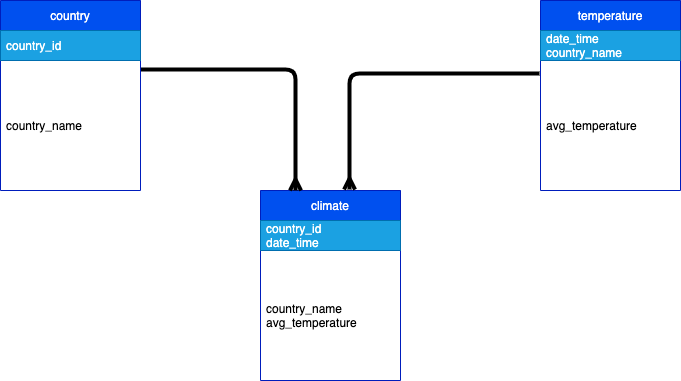
This is docs/images/er.drawio.png from fabioba/data-climate-pipeline, a draw.io export, as it was before one commit. Source tidied: cells renumbered, new cells last; positions are measured from the earlier drawing's top-left corner, leaving out a move shared by most shapes.
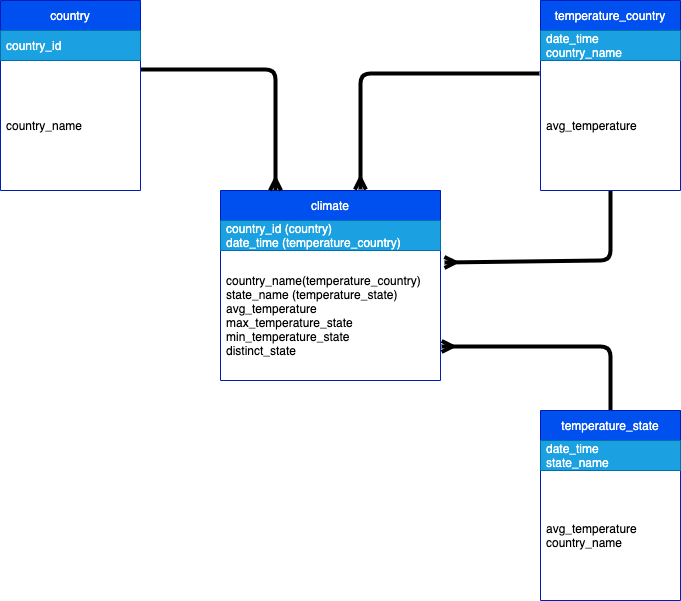
Later version of the same file.

Diff of the diagram source:
```diff
@@ -3,18 +3,18 @@
     <mxCell id="0" />
     <mxCell id="1" parent="0" />
     <mxCell id="2" value="climate" style="swimlane;fontStyle=0;horizontal=1;startSize=30;fillColor=#0050ef;fontColor=#ffffff;strokeColor=#001DBC;" parent="1" vertex="1">
-      <mxGeometry x="260" y="190" width="140" height="190" as="geometry" />
+      <mxGeometry x="220" y="190" width="220" height="190" as="geometry" />
     </mxCell>
-    <mxCell id="3" value="country_id&#10;date_time" style="text;strokeColor=#006EAF;fillColor=#1ba1e2;align=left;verticalAlign=middle;spacingLeft=4;spacingRight=4;overflow=hidden;fontColor=#ffffff;" parent="2" vertex="1">
-      <mxGeometry y="30" width="140" height="30" as="geometry" />
+    <mxCell id="3" value="country_id (country)&#10;date_time (temperature_country)" style="text;strokeColor=#006EAF;fillColor=#1ba1e2;align=left;verticalAlign=middle;spacingLeft=4;spacingRight=4;overflow=hidden;fontColor=#ffffff;" parent="2" vertex="1">
+      <mxGeometry y="30" width="220" height="30" as="geometry" />
     </mxCell>
-    <mxCell id="4" value="country_name&#10;avg_temperature" style="text;strokeColor=none;fillColor=none;align=left;verticalAlign=middle;spacingLeft=4;spacingRight=4;overflow=hidden;points=[[0,0.5],[1,0.5]];portConstraint=eastwest;" parent="2" vertex="1">
-      <mxGeometry y="60" width="140" height="130" as="geometry" />
+    <mxCell id="4" value="country_name(temperature_country)&#10;state_name (temperature_state)&#10;avg_temperature&#10;max_temperature_state&#10;min_temperature_state&#10;distinct_state" style="text;strokeColor=none;fillColor=none;align=left;verticalAlign=middle;spacingLeft=4;spacingRight=4;overflow=hidden;points=[[0,0.5],[1,0.5]];portConstraint=eastwest;" parent="2" vertex="1">
+      <mxGeometry y="60" width="220" height="130" as="geometry" />
     </mxCell>
     <mxCell id="5" style="edgeStyle=none;html=1;endArrow=ERmany;endFill=0;exitX=1;exitY=0.069;exitDx=0;exitDy=0;exitPerimeter=0;entryX=0.25;entryY=0;entryDx=0;entryDy=0;strokeWidth=4;strokeColor=#000000;" parent="1" edge="1" source="8" target="2">
       <mxGeometry relative="1" as="geometry">
         <Array as="points">
-          <mxPoint x="295" y="69" />
+          <mxPoint x="275" y="69" />
         </Array>
       </mxGeometry>
     </mxCell>
@@ -27,7 +27,14 @@
     <mxCell id="8" value="country_name" style="text;strokeColor=none;fillColor=none;align=left;verticalAlign=middle;spacingLeft=4;spacingRight=4;overflow=hidden;points=[[0,0.5],[1,0.5]];portConstraint=eastwest;" parent="6" vertex="1">
       <mxGeometry y="60" width="140" height="130" as="geometry" />
     </mxCell>
+    <mxCell id="13" style="edgeStyle=none;html=1;entryX=1.018;entryY=0.092;entryDx=0;entryDy=0;entryPerimeter=0;endArrow=ERmany;endFill=0;strokeColor=#000000;strokeWidth=4;" parent="1" edge="1" source="9" target="4">
+      <mxGeometry relative="1" as="geometry">
+        <Array as="points">
+          <mxPoint x="610" y="260" />
+        </Array>
+      </mxGeometry>
+    </mxCell>
-    <mxCell id="9" value="temperature" style="swimlane;fontStyle=0;horizontal=1;startSize=30;fillColor=#0050ef;fontColor=#ffffff;strokeColor=#001DBC;" parent="1" vertex="1">
+    <mxCell id="9" value="temperature_country" style="swimlane;fontStyle=0;horizontal=1;startSize=30;fillColor=#0050ef;fontColor=#ffffff;strokeColor=#001DBC;" parent="1" vertex="1">
       <mxGeometry x="540" width="140" height="190" as="geometry" />
     </mxCell>
     <mxCell id="10" value="date_time&#10;country_name" style="text;strokeColor=#006EAF;fillColor=#1ba1e2;align=left;verticalAlign=middle;spacingLeft=4;spacingRight=4;overflow=hidden;fontColor=#ffffff;" parent="9" vertex="1">
@@ -39,9 +46,25 @@
     <mxCell id="12" style="edgeStyle=none;html=1;entryX=0.636;entryY=-0.005;entryDx=0;entryDy=0;entryPerimeter=0;endArrow=ERmany;endFill=0;exitX=-0.007;exitY=0.1;exitDx=0;exitDy=0;exitPerimeter=0;strokeWidth=4;strokeColor=#000000;" parent="1" edge="1" source="11" target="2">
       <mxGeometry relative="1" as="geometry">
         <Array as="points">
-          <mxPoint x="349" y="73" />
+          <mxPoint x="360" y="73" />
         </Array>
       </mxGeometry>
     </mxCell>
+    <mxCell id="14" style="edgeStyle=none;html=1;entryX=1.005;entryY=0.738;entryDx=0;entryDy=0;entryPerimeter=0;endArrow=ERmany;endFill=0;strokeColor=#000000;strokeWidth=4;" parent="1" edge="1" source="15" target="4">
+      <mxGeometry relative="1" as="geometry">
+        <Array as="points">
+          <mxPoint x="610" y="346" />
+        </Array>
+      </mxGeometry>
+    </mxCell>
+    <mxCell id="15" value="temperature_state" style="swimlane;fontStyle=0;horizontal=1;startSize=30;fillColor=#0050ef;fontColor=#ffffff;strokeColor=#001DBC;" parent="1" vertex="1">
+      <mxGeometry x="540" y="410" width="140" height="190" as="geometry" />
+    </mxCell>
+    <mxCell id="16" value="date_time&#10;state_name" style="text;strokeColor=#006EAF;fillColor=#1ba1e2;align=left;verticalAlign=middle;spacingLeft=4;spacingRight=4;overflow=hidden;fontColor=#ffffff;" parent="15" vertex="1">
+      <mxGeometry y="30" width="140" height="30" as="geometry" />
+    </mxCell>
+    <mxCell id="17" value="avg_temperature&#10;country_name" style="text;strokeColor=none;fillColor=none;align=left;verticalAlign=middle;spacingLeft=4;spacingRight=4;overflow=hidden;" parent="15" vertex="1">
+      <mxGeometry y="60" width="140" height="130" as="geometry" />
+    </mxCell>
   </root>
 </mxGraphModel>
```
